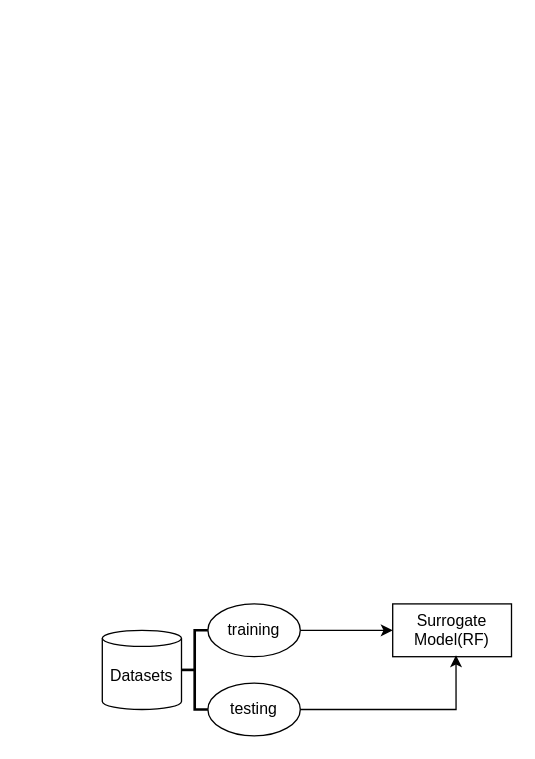
Before: page "第 3 页" (3 of 5) of 優化器模擬器互動.drawio in lai20021015/Automobile-energy-consumption-detector, a draw.io diagram. Source tidied: cells renumbered, new cells numbered last; positions are measured from the earlier drawing's top-left corner, leaving out a move shared by most shapes. Both pictures are drawn from the tidied source at 132%, with x=0, y=0 at pixel (102, 603).
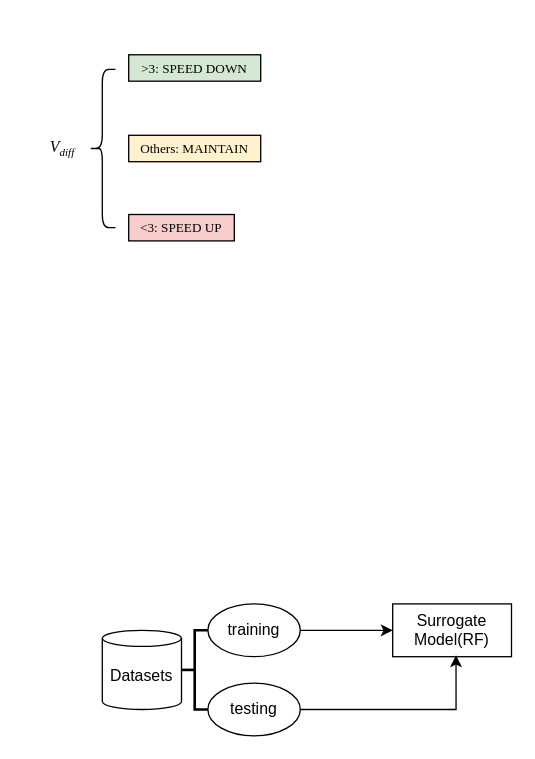
After the change.

The edit, as a diff of the source:
```diff
@@
 <mxGraphModel>
   <root>
     <mxCell id="0" />
     <mxCell id="1" parent="0" />
+    <mxCell id="9" style="rounded=0;whiteSpace=wrap;html=1;strokeColor=light-dark(#ffffff, #ededed);" parent="1" vertex="1">
+      <mxGeometry x="-60" y="-440" width="210" height="190" as="geometry" />
+    </mxCell>
     <mxCell id="2" value="Datasets" style="shape=cylinder3;whiteSpace=wrap;html=1;boundedLbl=1;backgroundOutline=1;size=6.10344827586232;" parent="1" vertex="1">
       <mxGeometry y="20" width="60" height="60" as="geometry" />
     </mxCell>
     <mxCell id="3" value="Surrogate&lt;div&gt;Model(RF)&lt;/div&gt;" style="rounded=0;whiteSpace=wrap;html=1;" parent="1" vertex="1">
       <mxGeometry x="220" width="90" height="40" as="geometry" />
     </mxCell>
     <mxCell id="4" style="strokeWidth=2;html=1;shape=mxgraph.flowchart.annotation_2;align=left;labelPosition=right;" parent="1" vertex="1">
       <mxGeometry x="60" y="20" width="20" height="60" as="geometry" />
     </mxCell>
     <mxCell id="5" style="edgeStyle=orthogonalEdgeStyle;rounded=0;jettySize=auto;html=1;" parent="1" edge="1" source="6" target="3">
       <mxGeometry relative="1" as="geometry" />
     </mxCell>
     <mxCell id="6" value="training" style="ellipse;whiteSpace=wrap;html=1;" parent="1" vertex="1">
       <mxGeometry x="80" width="70" height="40" as="geometry" />
     </mxCell>
     <mxCell id="7" value="testing" style="ellipse;whiteSpace=wrap;html=1;" parent="1" vertex="1">
       <mxGeometry x="80" y="60" width="70" height="40" as="geometry" />
     </mxCell>
     <mxCell id="8" style="edgeStyle=orthogonalEdgeStyle;rounded=0;jettySize=auto;html=1;entryX=0.533;entryY=0.972;entryDx=0;entryDy=0;entryPerimeter=0;" parent="1" edge="1" source="7" target="3">
       <mxGeometry relative="1" as="geometry" />
     </mxCell>
+    <mxCell id="10" value="&lt;i&gt;V&lt;font style=&quot;font-size: 10px;&quot;&gt;&lt;sub&gt;diff&lt;/sub&gt;&lt;/font&gt;&lt;/i&gt;" style="rounded=1;whiteSpace=wrap;html=1;strokeColor=light-dark(#ffffff, #ededed);fontFamily=Times New Roman;" parent="1" vertex="1">
+      <mxGeometry x="-60" y="-360" width="60" height="30" as="geometry" />
+    </mxCell>
+    <mxCell id="11" style="shape=curlyBracket;whiteSpace=wrap;html=1;rounded=1;labelPosition=left;verticalLabelPosition=middle;align=right;verticalAlign=middle;" parent="1" vertex="1">
+      <mxGeometry x="-10" y="-405" width="20" height="120" as="geometry" />
+    </mxCell>
+    <mxCell id="12" value="&amp;gt;3: SPEED DOWN" style="rounded=0;whiteSpace=wrap;html=1;fillColor=#d5e8d4;strokeColor=#000000;fontFamily=Times New Roman;fontSize=10;" parent="1" vertex="1">
+      <mxGeometry x="20" y="-416" width="100" height="20" as="geometry" />
+    </mxCell>
+    <mxCell id="13" value="Others: MAINTAIN" style="rounded=0;whiteSpace=wrap;html=1;fillColor=#fff2cc;strokeColor=#000000;fontFamily=Times New Roman;fontSize=10;" parent="1" vertex="1">
+      <mxGeometry x="20" y="-355" width="100" height="20" as="geometry" />
+    </mxCell>
+    <mxCell id="14" value="&amp;lt;3: SPEED UP" style="rounded=0;whiteSpace=wrap;html=1;fillColor=#f8cecc;strokeColor=#000000;fontFamily=Times New Roman;fontSize=10;" parent="1" vertex="1">
+      <mxGeometry x="20" y="-295" width="80" height="20" as="geometry" />
+    </mxCell>
   </root>
 </mxGraphModel>
```
